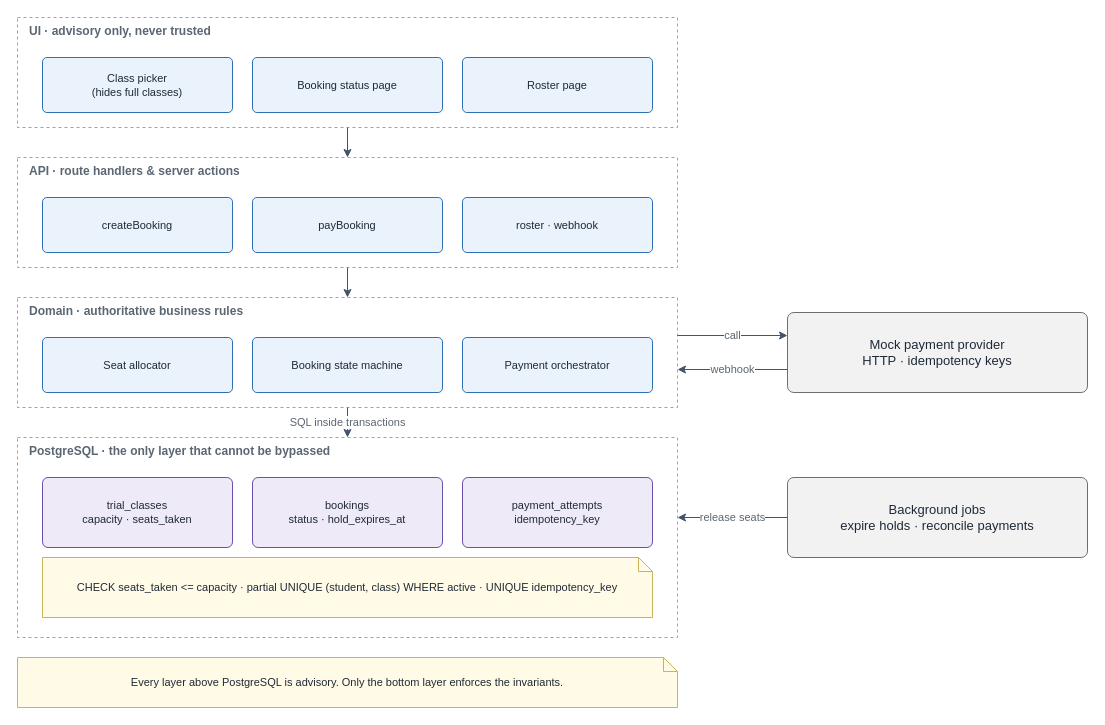
syahmiSani/poc-trial-booking keeps this draw.io diagram as page "2. System architecture" (2 of 7) of docs/diagrams.drawio. Above is the earlier version. Source tidied: cells renumbered, new cells numbered last; positions are measured from the earlier drawing's top-left corner, leaving out a move shared by most shapes. Both pictures are drawn from the tidied source at 100%, with x=0, y=0 at pixel (17, 17).
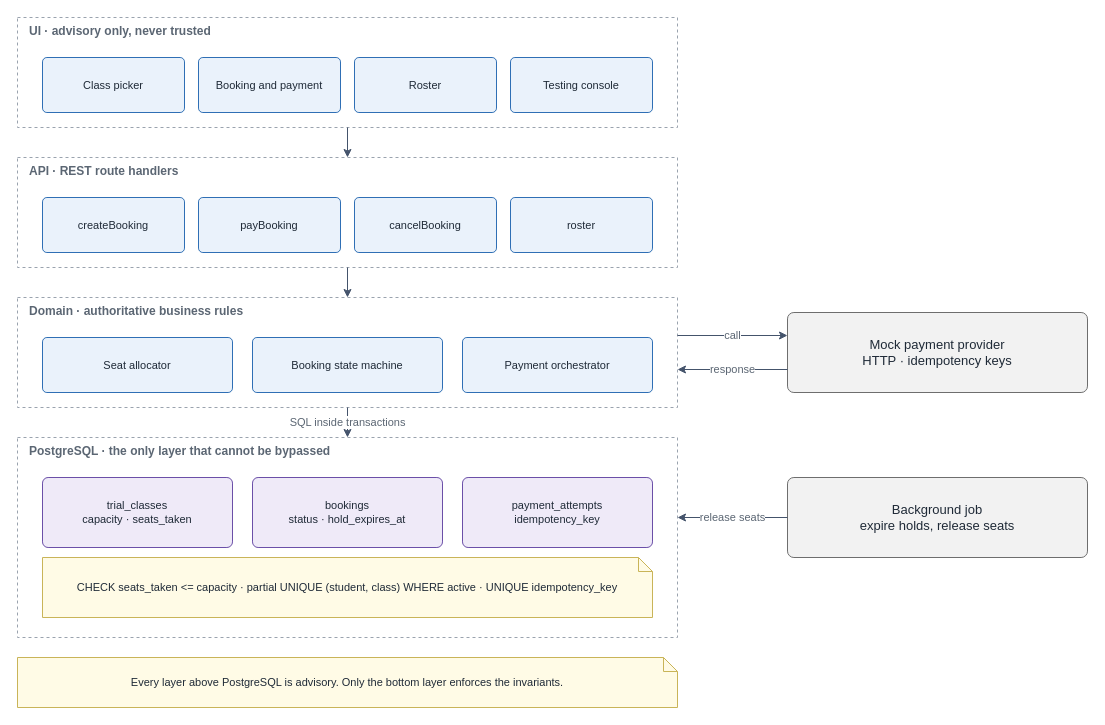
The same page after the edit.

Diff of the diagram source:
```diff
@@
-    <mxCell id="3" value="Class picker&lt;br&gt;(hides full classes)" style="rounded=1;whiteSpace=wrap;html=1;arcSize=8;fillColor=#EAF2FB;strokeColor=#2F6FB5;fontColor=#1F2A37;fontSize=11;" parent="1" vertex="1">
-      <mxGeometry x="25" y="40" width="190" height="55" as="geometry" />
+    <mxCell id="3" value="Class picker" style="rounded=1;whiteSpace=wrap;html=1;arcSize=8;fillColor=#EAF2FB;strokeColor=#2F6FB5;fontColor=#1F2A37;fontSize=11;" parent="1" vertex="1">
+      <mxGeometry x="25" y="40" width="142" height="55" as="geometry" />
     </mxCell>
-    <mxCell id="4" value="Booking status page" style="rounded=1;whiteSpace=wrap;html=1;arcSize=8;fillColor=#EAF2FB;strokeColor=#2F6FB5;fontColor=#1F2A37;fontSize=11;" parent="1" vertex="1">
-      <mxGeometry x="235" y="40" width="190" height="55" as="geometry" />
+    <mxCell id="4" value="Booking and payment" style="rounded=1;whiteSpace=wrap;html=1;arcSize=8;fillColor=#EAF2FB;strokeColor=#2F6FB5;fontColor=#1F2A37;fontSize=11;" parent="1" vertex="1">
+      <mxGeometry x="181" y="40" width="142" height="55" as="geometry" />
     </mxCell>
-    <mxCell id="5" value="Roster page" style="rounded=1;whiteSpace=wrap;html=1;arcSize=8;fillColor=#EAF2FB;strokeColor=#2F6FB5;fontColor=#1F2A37;fontSize=11;" parent="1" vertex="1">
-      <mxGeometry x="445" y="40" width="190" height="55" as="geometry" />
+    <mxCell id="5" value="Roster" style="rounded=1;whiteSpace=wrap;html=1;arcSize=8;fillColor=#EAF2FB;strokeColor=#2F6FB5;fontColor=#1F2A37;fontSize=11;" parent="1" vertex="1">
+      <mxGeometry x="337" y="40" width="142" height="55" as="geometry" />
     </mxCell>
+    <mxCell id="28" value="Testing console" style="rounded=1;whiteSpace=wrap;html=1;arcSize=8;fillColor=#EAF2FB;strokeColor=#2F6FB5;fontColor=#1F2A37;fontSize=11;" parent="1" vertex="1">
+      <mxGeometry x="493" y="40" width="142" height="55" as="geometry" />
+    </mxCell>
-    <mxCell id="6" value="API  ·  route handlers &amp; server actions" style="rounded=0;whiteSpace=wrap;html=1;dashed=1;fillColor=none;strokeColor=#9AA3AE;verticalAlign=top;align=left;spacingLeft=10;fontColor=#5B6673;fontStyle=1;fontSize=12;" parent="1" vertex="1">
+    <mxCell id="6" value="API  ·  REST route handlers" style="rounded=0;whiteSpace=wrap;html=1;dashed=1;fillColor=none;strokeColor=#9AA3AE;verticalAlign=top;align=left;spacingLeft=10;fontColor=#5B6673;fontStyle=1;fontSize=12;" parent="1" vertex="1">
       <mxGeometry y="140" width="660" height="110" as="geometry" />
     </mxCell>
     <mxCell id="7" value="createBooking" style="rounded=1;whiteSpace=wrap;html=1;arcSize=8;fillColor=#EAF2FB;strokeColor=#2F6FB5;fontColor=#1F2A37;fontSize=11;" parent="1" vertex="1">
-      <mxGeometry x="25" y="180" width="190" height="55" as="geometry" />
+      <mxGeometry x="25" y="180" width="142" height="55" as="geometry" />
     </mxCell>
     <mxCell id="8" value="payBooking" style="rounded=1;whiteSpace=wrap;html=1;arcSize=8;fillColor=#EAF2FB;strokeColor=#2F6FB5;fontColor=#1F2A37;fontSize=11;" parent="1" vertex="1">
-      <mxGeometry x="235" y="180" width="190" height="55" as="geometry" />
+      <mxGeometry x="181" y="180" width="142" height="55" as="geometry" />
     </mxCell>
-    <mxCell id="9" value="roster · webhook" style="rounded=1;whiteSpace=wrap;html=1;arcSize=8;fillColor=#EAF2FB;strokeColor=#2F6FB5;fontColor=#1F2A37;fontSize=11;" parent="1" vertex="1">
-      <mxGeometry x="445" y="180" width="190" height="55" as="geometry" />
+    <mxCell id="9" value="cancelBooking" style="rounded=1;whiteSpace=wrap;html=1;arcSize=8;fillColor=#EAF2FB;strokeColor=#2F6FB5;fontColor=#1F2A37;fontSize=11;" parent="1" vertex="1">
+      <mxGeometry x="337" y="180" width="142" height="55" as="geometry" />
     </mxCell>
+    <mxCell id="29" value="roster" style="rounded=1;whiteSpace=wrap;html=1;arcSize=8;fillColor=#EAF2FB;strokeColor=#2F6FB5;fontColor=#1F2A37;fontSize=11;" parent="1" vertex="1">
+      <mxGeometry x="493" y="180" width="142" height="55" as="geometry" />
+    </mxCell>
@@
-    <mxCell id="20" value="Background jobs&lt;br&gt;expire holds · reconcile payments" style="rounded=1;whiteSpace=wrap;html=1;arcSize=8;fillColor=#F2F2F2;strokeColor=#6E6E6E;fontColor=#1F2A37;fontSize=13;" parent="1" vertex="1">
+    <mxCell id="20" value="Background job&lt;br&gt;expire holds, release seats" style="rounded=1;whiteSpace=wrap;html=1;arcSize=8;fillColor=#F2F2F2;strokeColor=#6E6E6E;fontColor=#1F2A37;fontSize=13;" parent="1" vertex="1">
       <mxGeometry x="770" y="460" width="300" height="80" as="geometry" />
     </mxCell>
@@
-    <mxCell id="26" value="webhook" style="edgeStyle=orthogonalEdgeStyle;rounded=0;html=1;jettySize=auto;strokeColor=#44536B;fontColor=#5B6673;fontSize=11;" parent="1" edge="1">
+    <mxCell id="26" value="response" style="edgeStyle=orthogonalEdgeStyle;rounded=0;html=1;jettySize=auto;strokeColor=#44536B;fontColor=#5B6673;fontSize=11;" parent="1" edge="1">
       <mxGeometry relative="1" as="geometry">
         <mxPoint x="770" y="352" as="sourcePoint" />
         <mxPoint x="660" y="352" as="targetPoint" />
       </mxGeometry>
     </mxCell>
```
